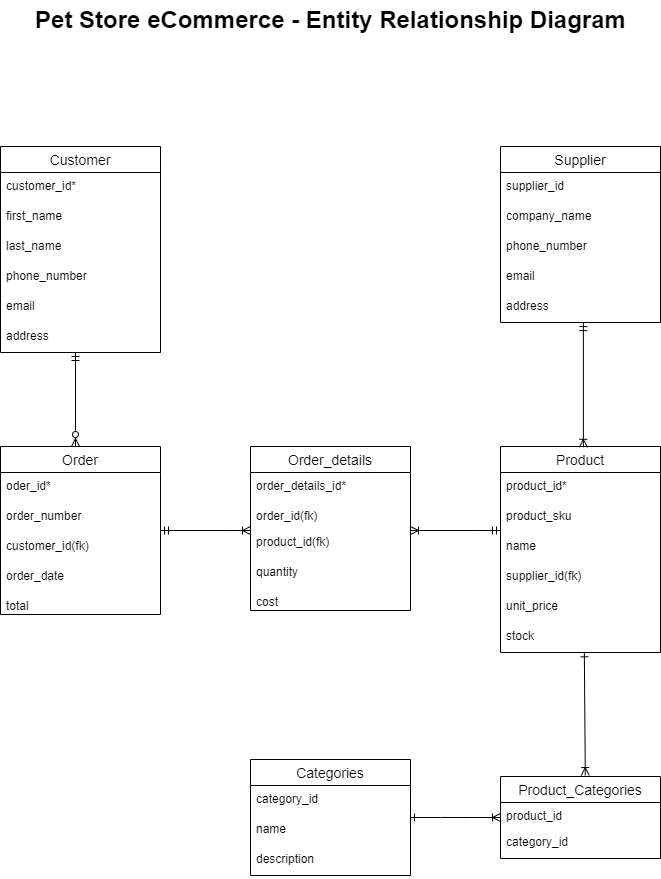
Earlier version of the draw.io export ERD/Pet_Store_ERD.png (dplascenciap/FS1030_petStore). Source tidied: cells renumbered, new cells last; positions are measured from the earlier drawing's top-left corner, leaving out a move shared by most shapes. Source of this version:
```xml
<mxGraphModel>
  <root>
    <mxCell id="0" />
    <mxCell id="1" parent="0" />
    <mxCell id="2" value="Customer" style="swimlane;fontStyle=0;horizontal=1;startSize=26;align=center;fontSize=14;" parent="1" vertex="1">
      <mxGeometry y="146" width="160" height="206" as="geometry" />
    </mxCell>
    <mxCell id="3" value="customer_id*" style="text;strokeColor=none;fillColor=none;spacingLeft=4;spacingRight=4;overflow=hidden;fontSize=12;" parent="2" vertex="1">
      <mxGeometry y="26" width="160" height="30" as="geometry" />
    </mxCell>
    <mxCell id="4" value="first_name" style="text;strokeColor=none;fillColor=none;spacingLeft=4;spacingRight=4;overflow=hidden;fontSize=12;" parent="2" vertex="1">
      <mxGeometry y="56" width="160" height="30" as="geometry" />
    </mxCell>
    <mxCell id="5" value="last_name" style="text;strokeColor=none;fillColor=none;spacingLeft=4;spacingRight=4;overflow=hidden;fontSize=12;" parent="2" vertex="1">
      <mxGeometry y="86" width="160" height="30" as="geometry" />
    </mxCell>
    <mxCell id="6" value="phone_number" style="text;strokeColor=none;fillColor=none;spacingLeft=4;spacingRight=4;overflow=hidden;fontSize=12;" parent="2" vertex="1">
      <mxGeometry y="116" width="160" height="30" as="geometry" />
    </mxCell>
    <mxCell id="7" value="email" style="text;strokeColor=none;fillColor=none;spacingLeft=4;spacingRight=4;overflow=hidden;fontSize=12;" parent="2" vertex="1">
      <mxGeometry y="146" width="160" height="30" as="geometry" />
    </mxCell>
    <mxCell id="8" value="address" style="text;strokeColor=none;fillColor=none;spacingLeft=4;spacingRight=4;overflow=hidden;fontSize=12;" parent="2" vertex="1">
      <mxGeometry y="176" width="160" height="30" as="geometry" />
    </mxCell>
    <mxCell id="9" value="Order" style="swimlane;fontStyle=0;horizontal=1;startSize=26;align=center;fontSize=14;verticalAlign=middle;" parent="1" vertex="1">
      <mxGeometry y="446" width="160" height="168" as="geometry" />
    </mxCell>
    <mxCell id="10" value="oder_id*" style="text;strokeColor=none;fillColor=none;spacingLeft=4;spacingRight=4;overflow=hidden;fontSize=12;" parent="9" vertex="1">
      <mxGeometry y="26" width="160" height="30" as="geometry" />
    </mxCell>
    <mxCell id="11" value="order_number" style="text;strokeColor=none;fillColor=none;spacingLeft=4;spacingRight=4;overflow=hidden;fontSize=12;" parent="9" vertex="1">
      <mxGeometry y="56" width="160" height="30" as="geometry" />
    </mxCell>
    <mxCell id="12" value="customer_id(fk)" style="text;strokeColor=none;fillColor=none;spacingLeft=4;spacingRight=4;overflow=hidden;fontSize=12;" parent="9" vertex="1">
      <mxGeometry y="86" width="160" height="30" as="geometry" />
    </mxCell>
    <mxCell id="13" value="order_date" style="text;strokeColor=none;fillColor=none;spacingLeft=4;spacingRight=4;overflow=hidden;fontSize=12;" parent="9" vertex="1">
      <mxGeometry y="116" width="160" height="30" as="geometry" />
    </mxCell>
    <mxCell id="14" value="total" style="text;strokeColor=none;fillColor=none;spacingLeft=4;spacingRight=4;overflow=hidden;fontSize=12;" parent="9" vertex="1">
      <mxGeometry y="146" width="160" height="22" as="geometry" />
    </mxCell>
    <mxCell id="15" value="Product" style="swimlane;fontStyle=0;horizontal=1;startSize=26;align=center;fontSize=14;" parent="1" vertex="1">
      <mxGeometry x="500" y="446" width="160" height="206" as="geometry" />
    </mxCell>
    <mxCell id="16" value="product_id*" style="text;strokeColor=none;fillColor=none;spacingLeft=4;spacingRight=4;overflow=hidden;fontSize=12;" parent="15" vertex="1">
      <mxGeometry y="26" width="160" height="30" as="geometry" />
    </mxCell>
    <mxCell id="17" value="product_sku&#10;" style="text;strokeColor=none;fillColor=none;spacingLeft=4;spacingRight=4;overflow=hidden;fontSize=12;" parent="15" vertex="1">
      <mxGeometry y="56" width="160" height="30" as="geometry" />
    </mxCell>
    <mxCell id="18" value="name" style="text;strokeColor=none;fillColor=none;spacingLeft=4;spacingRight=4;overflow=hidden;fontSize=12;" parent="15" vertex="1">
      <mxGeometry y="86" width="160" height="30" as="geometry" />
    </mxCell>
    <mxCell id="19" value="supplier_id(fk)" style="text;strokeColor=none;fillColor=none;spacingLeft=4;spacingRight=4;overflow=hidden;fontSize=12;" parent="15" vertex="1">
      <mxGeometry y="116" width="160" height="30" as="geometry" />
    </mxCell>
    <mxCell id="20" value="unit_price" style="text;strokeColor=none;fillColor=none;spacingLeft=4;spacingRight=4;overflow=hidden;fontSize=12;" parent="15" vertex="1">
      <mxGeometry y="146" width="160" height="30" as="geometry" />
    </mxCell>
    <mxCell id="21" value="stock" style="text;strokeColor=none;fillColor=none;spacingLeft=4;spacingRight=4;overflow=hidden;points=[[0,0.5],[1,0.5]];portConstraint=eastwest;fontSize=12;" parent="15" vertex="1">
      <mxGeometry y="176" width="160" height="30" as="geometry" />
    </mxCell>
    <mxCell id="22" value="Supplier" style="swimlane;fontStyle=0;horizontal=1;startSize=26;align=center;fontSize=14;" parent="1" vertex="1">
      <mxGeometry x="500" y="146" width="160" height="176" as="geometry" />
    </mxCell>
    <mxCell id="23" value="supplier_id" style="text;strokeColor=none;fillColor=none;spacingLeft=4;spacingRight=4;overflow=hidden;fontSize=12;" parent="22" vertex="1">
      <mxGeometry y="26" width="160" height="30" as="geometry" />
    </mxCell>
    <mxCell id="24" value="company_name" style="text;strokeColor=none;fillColor=none;spacingLeft=4;spacingRight=4;overflow=hidden;fontSize=12;" parent="22" vertex="1">
      <mxGeometry y="56" width="160" height="30" as="geometry" />
    </mxCell>
    <mxCell id="25" value="phone_number" style="text;strokeColor=none;fillColor=none;spacingLeft=4;spacingRight=4;overflow=hidden;fontSize=12;" parent="22" vertex="1">
      <mxGeometry y="86" width="160" height="30" as="geometry" />
    </mxCell>
    <mxCell id="26" value="email" style="text;strokeColor=none;fillColor=none;spacingLeft=4;spacingRight=4;overflow=hidden;fontSize=12;" parent="22" vertex="1">
      <mxGeometry y="116" width="160" height="30" as="geometry" />
    </mxCell>
    <mxCell id="27" value="address" style="text;strokeColor=none;fillColor=none;spacingLeft=4;spacingRight=4;overflow=hidden;points=[[0,0.5],[1,0.5]];portConstraint=eastwest;fontSize=12;" parent="22" vertex="1">
      <mxGeometry y="146" width="160" height="30" as="geometry" />
    </mxCell>
    <mxCell id="28" value="Order_details" style="swimlane;fontStyle=0;horizontal=1;startSize=26;align=center;fontSize=14;verticalAlign=middle;" parent="1" vertex="1">
      <mxGeometry x="250" y="446" width="160" height="164" as="geometry" />
    </mxCell>
    <mxCell id="29" value="order_details_id*" style="text;strokeColor=none;fillColor=none;spacingLeft=4;spacingRight=4;overflow=hidden;fontSize=12;" parent="28" vertex="1">
      <mxGeometry y="26" width="160" height="30" as="geometry" />
    </mxCell>
    <mxCell id="30" value="order_id(fk)" style="text;strokeColor=none;fillColor=none;spacingLeft=4;spacingRight=4;overflow=hidden;fontSize=12;" parent="28" vertex="1">
      <mxGeometry y="56" width="160" height="26" as="geometry" />
    </mxCell>
    <mxCell id="31" value="product_id(fk)" style="text;strokeColor=none;fillColor=none;spacingLeft=4;spacingRight=4;overflow=hidden;fontSize=12;" parent="28" vertex="1">
      <mxGeometry y="82" width="160" height="30" as="geometry" />
    </mxCell>
    <mxCell id="32" value="quantity" style="text;strokeColor=none;fillColor=none;spacingLeft=4;spacingRight=4;overflow=hidden;fontSize=12;" parent="28" vertex="1">
      <mxGeometry y="112" width="160" height="30" as="geometry" />
    </mxCell>
    <mxCell id="33" value="cost" style="text;strokeColor=none;fillColor=none;spacingLeft=4;spacingRight=4;overflow=hidden;fontSize=12;" parent="28" vertex="1">
      <mxGeometry y="142" width="160" height="22" as="geometry" />
    </mxCell>
    <mxCell id="34" value="Categories" style="swimlane;fontStyle=0;horizontal=1;startSize=26;align=center;fontSize=14;verticalAlign=middle;" parent="1" vertex="1">
      <mxGeometry x="250" y="759" width="160" height="116" as="geometry" />
    </mxCell>
    <mxCell id="35" value="category_id" style="text;strokeColor=none;fillColor=none;spacingLeft=4;spacingRight=4;overflow=hidden;fontSize=12;" parent="34" vertex="1">
      <mxGeometry y="26" width="160" height="30" as="geometry" />
    </mxCell>
    <mxCell id="36" value="name" style="text;strokeColor=none;fillColor=none;spacingLeft=4;spacingRight=4;overflow=hidden;fontSize=12;" parent="34" vertex="1">
      <mxGeometry y="56" width="160" height="30" as="geometry" />
    </mxCell>
    <mxCell id="37" value="description" style="text;strokeColor=none;fillColor=none;spacingLeft=4;spacingRight=4;overflow=hidden;fontSize=12;" parent="34" vertex="1">
      <mxGeometry y="86" width="160" height="30" as="geometry" />
    </mxCell>
    <mxCell id="38" value="Product_Categories" style="swimlane;fontStyle=0;horizontal=1;startSize=26;align=center;fontSize=14;verticalAlign=middle;" parent="1" vertex="1">
      <mxGeometry x="500" y="776" width="160" height="82" as="geometry" />
    </mxCell>
    <mxCell id="39" value="product_id" style="text;strokeColor=none;fillColor=none;spacingLeft=4;spacingRight=4;overflow=hidden;fontSize=12;" parent="38" vertex="1">
      <mxGeometry y="26" width="160" height="26" as="geometry" />
    </mxCell>
    <mxCell id="40" value="category_id" style="text;strokeColor=none;fillColor=none;spacingLeft=4;spacingRight=4;overflow=hidden;fontSize=12;" parent="38" vertex="1">
      <mxGeometry y="52" width="160" height="30" as="geometry" />
    </mxCell>
    <mxCell id="41" style="edgeStyle=orthogonalEdgeStyle;fontSize=12;html=1;endArrow=ERzeroToMany;startArrow=ERmandOne;rounded=0;" parent="1" edge="1" source="2" target="9">
      <mxGeometry relative="1" as="geometry">
        <Array as="points">
          <mxPoint x="75" y="430" />
          <mxPoint x="75" y="430" />
        </Array>
      </mxGeometry>
    </mxCell>
    <mxCell id="42" style="edgeStyle=orthogonalEdgeStyle;fontSize=12;html=1;endArrow=ERoneToMany;startArrow=ERmandOne;rounded=0;" parent="1" edge="1" source="9" target="28">
      <mxGeometry relative="1" as="geometry">
        <Array as="points">
          <mxPoint x="225" y="530" />
          <mxPoint x="225" y="530" />
        </Array>
      </mxGeometry>
    </mxCell>
    <mxCell id="43" style="edgeStyle=orthogonalEdgeStyle;fontSize=12;html=1;endArrow=ERmandOne;startArrow=ERoneToMany;rounded=0;startFill=0;endFill=0;" parent="1" edge="1" source="28" target="15">
      <mxGeometry relative="1" as="geometry">
        <Array as="points">
          <mxPoint x="475" y="530" />
          <mxPoint x="475" y="530" />
        </Array>
      </mxGeometry>
    </mxCell>
    <mxCell id="44" style="fontSize=12;html=1;endArrow=ERoneToMany;startArrow=ERmandOne;rounded=0;endFill=0;startFill=0;exitX=0.518;exitY=1.002;exitDx=0;exitDy=0;exitPerimeter=0;entryX=0.518;entryY=0.004;entryDx=0;entryDy=0;entryPerimeter=0;" parent="1" edge="1" source="27" target="15">
      <mxGeometry relative="1" as="geometry" />
    </mxCell>
    <mxCell id="45" style="fontSize=12;html=1;endArrow=ERone;endFill=0;rounded=0;entryX=0.524;entryY=1.011;entryDx=0;entryDy=0;entryPerimeter=0;exitX=0.53;exitY=-0.012;exitDx=0;exitDy=0;exitPerimeter=0;startArrow=ERoneToMany;startFill=0;" parent="1" edge="1" source="38" target="21">
      <mxGeometry relative="1" as="geometry" />
    </mxCell>
    <mxCell id="46" style="edgeStyle=entityRelationEdgeStyle;fontSize=12;html=1;endArrow=ERoneToMany;endFill=0;rounded=0;startArrow=ERone;startFill=0;" parent="1" edge="1" source="34" target="38">
      <mxGeometry relative="1" as="geometry" />
    </mxCell>
    <mxCell id="47" value="Pet Store eCommerce - Entity Relationship Diagram" style="text;strokeColor=none;fillColor=none;html=1;fontSize=24;fontStyle=1;verticalAlign=middle;align=center;" parent="1" vertex="1">
      <mxGeometry x="280" width="100" height="40" as="geometry" />
    </mxCell>
  </root>
</mxGraphModel>
```
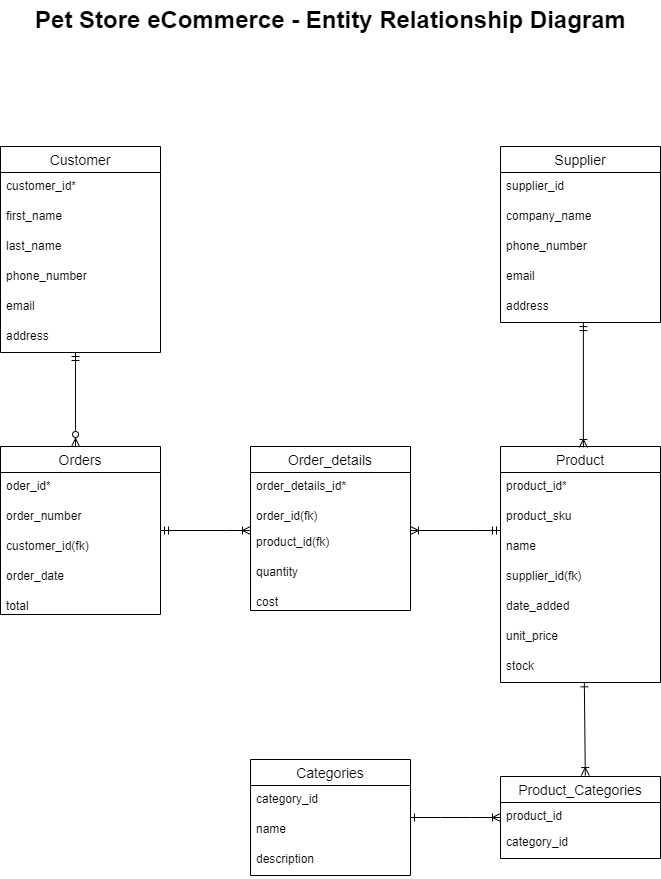
The same file after the commit.

Commit message:
Update ERD and script to create db

The edit, as a diff of the source:
```diff
@@ -23,7 +23,7 @@
     <mxCell id="8" value="address" style="text;strokeColor=none;fillColor=none;spacingLeft=4;spacingRight=4;overflow=hidden;fontSize=12;" parent="2" vertex="1">
       <mxGeometry y="176" width="160" height="30" as="geometry" />
     </mxCell>
-    <mxCell id="9" value="Order" style="swimlane;fontStyle=0;horizontal=1;startSize=26;align=center;fontSize=14;verticalAlign=middle;" parent="1" vertex="1">
+    <mxCell id="9" value="Orders" style="swimlane;fontStyle=0;horizontal=1;startSize=26;align=center;fontSize=14;verticalAlign=middle;" parent="1" vertex="1">
       <mxGeometry y="446" width="160" height="168" as="geometry" />
     </mxCell>
     <mxCell id="10" value="oder_id*" style="text;strokeColor=none;fillColor=none;spacingLeft=4;spacingRight=4;overflow=hidden;fontSize=12;" parent="9" vertex="1">
@@ -42,7 +42,7 @@
       <mxGeometry y="146" width="160" height="22" as="geometry" />
     </mxCell>
     <mxCell id="15" value="Product" style="swimlane;fontStyle=0;horizontal=1;startSize=26;align=center;fontSize=14;" parent="1" vertex="1">
-      <mxGeometry x="500" y="446" width="160" height="206" as="geometry" />
+      <mxGeometry x="500" y="446" width="160" height="236" as="geometry" />
     </mxCell>
     <mxCell id="16" value="product_id*" style="text;strokeColor=none;fillColor=none;spacingLeft=4;spacingRight=4;overflow=hidden;fontSize=12;" parent="15" vertex="1">
       <mxGeometry y="26" width="160" height="30" as="geometry" />
@@ -56,11 +56,14 @@
     <mxCell id="19" value="supplier_id(fk)" style="text;strokeColor=none;fillColor=none;spacingLeft=4;spacingRight=4;overflow=hidden;fontSize=12;" parent="15" vertex="1">
       <mxGeometry y="116" width="160" height="30" as="geometry" />
     </mxCell>
+    <mxCell id="48" value="date_added" style="text;strokeColor=none;fillColor=none;spacingLeft=4;spacingRight=4;overflow=hidden;fontSize=12;" parent="15" vertex="1">
+      <mxGeometry y="146" width="160" height="30" as="geometry" />
+    </mxCell>
     <mxCell id="20" value="unit_price" style="text;strokeColor=none;fillColor=none;spacingLeft=4;spacingRight=4;overflow=hidden;fontSize=12;" parent="15" vertex="1">
-      <mxGeometry y="146" width="160" height="30" as="geometry" />
+      <mxGeometry y="176" width="160" height="30" as="geometry" />
     </mxCell>
     <mxCell id="21" value="stock" style="text;strokeColor=none;fillColor=none;spacingLeft=4;spacingRight=4;overflow=hidden;points=[[0,0.5],[1,0.5]];portConstraint=eastwest;fontSize=12;" parent="15" vertex="1">
-      <mxGeometry y="176" width="160" height="30" as="geometry" />
+      <mxGeometry y="206" width="160" height="30" as="geometry" />
     </mxCell>
     <mxCell id="22" value="Supplier" style="swimlane;fontStyle=0;horizontal=1;startSize=26;align=center;fontSize=14;" parent="1" vertex="1">
       <mxGeometry x="500" y="146" width="160" height="176" as="geometry" />
```
